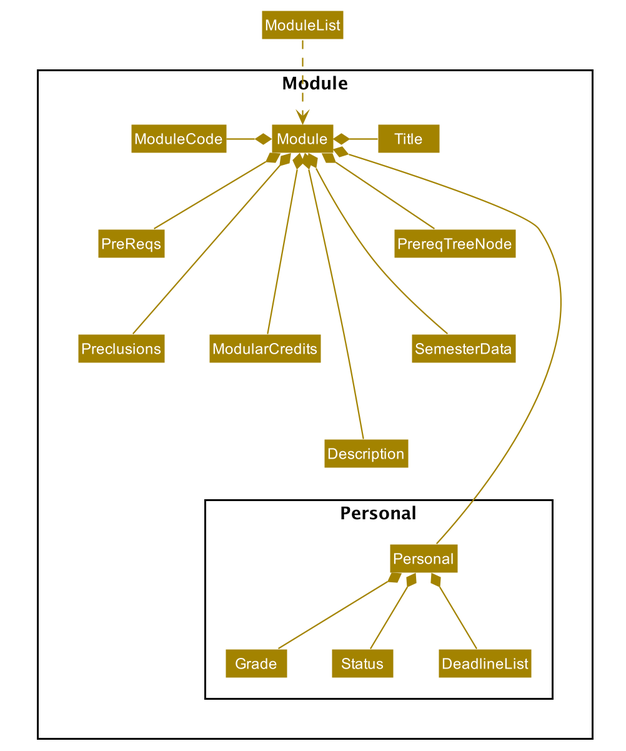
Earlier version of the PlantUML export docs/images/ModuleClassDiagram.png (nus-cs2103-AY1920S2/addressbook-level3).
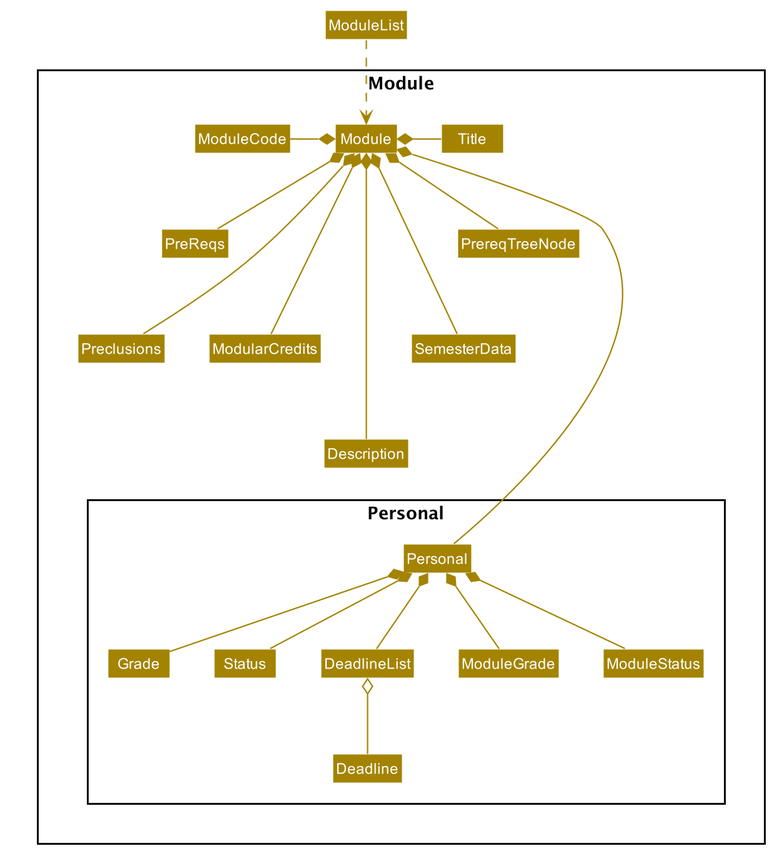
After the change.

The edit, as a diff of the source:
```diff
@@ -71,6 +71,9 @@
         Class Grade
         Class Status
         Class DeadlineList
+        Class Deadline
+        Enum ModuleGrade
+        Enum ModuleStatus
     }
 }
 
@@ -86,5 +89,8 @@
 Personal *-- Grade
 Personal *-- Status
 Personal *-- DeadlineList
+Personal *-- ModuleGrade
+Personal *-- ModuleStatus
+DeadlineList o-- Deadline
 
 @enduml
```
